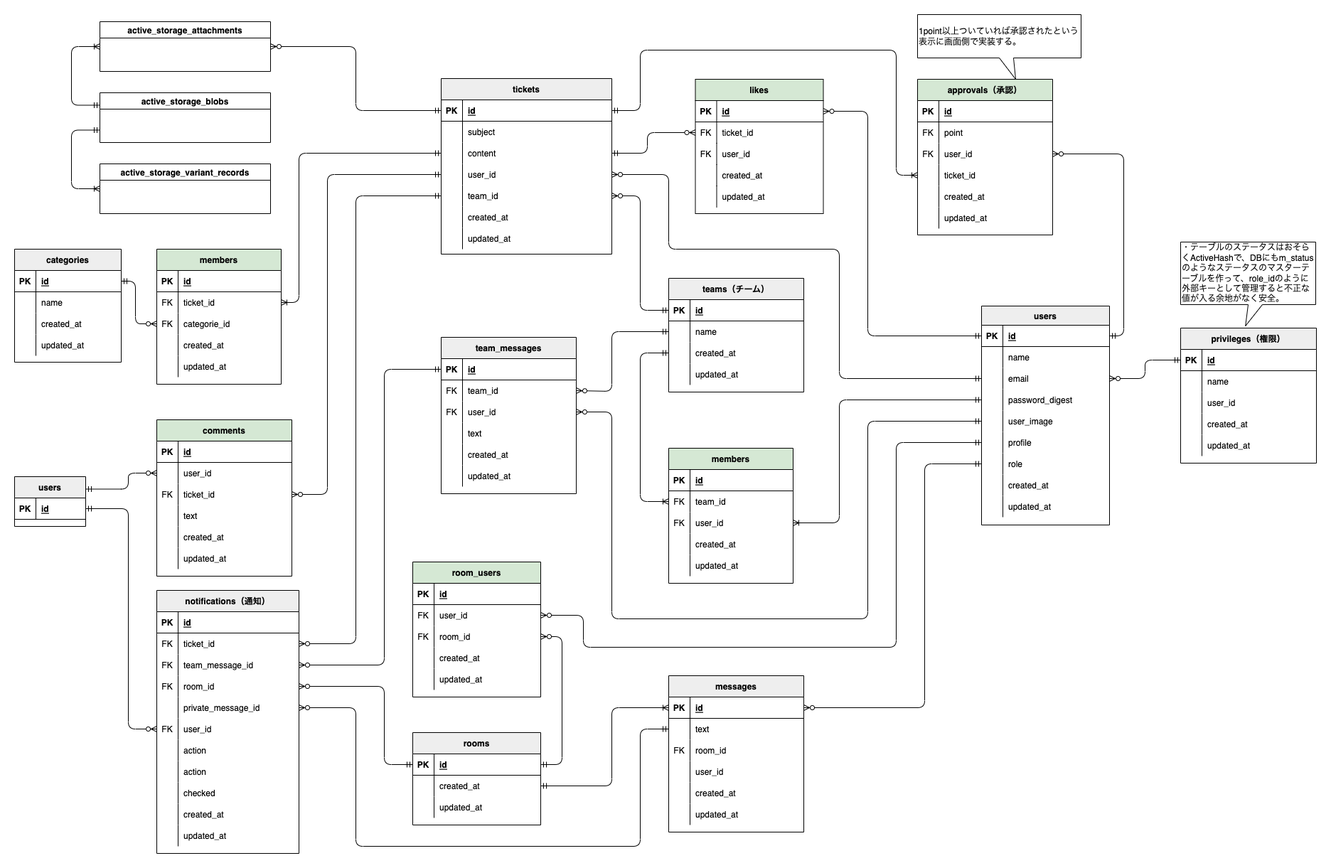
The draw.io diagram app/assets/images/ER図.png in aki366/caian-app, before a commit. Source tidied: cells renumbered, new cells last; positions are measured from the earlier drawing's top-left corner, leaving out a move shared by most shapes.
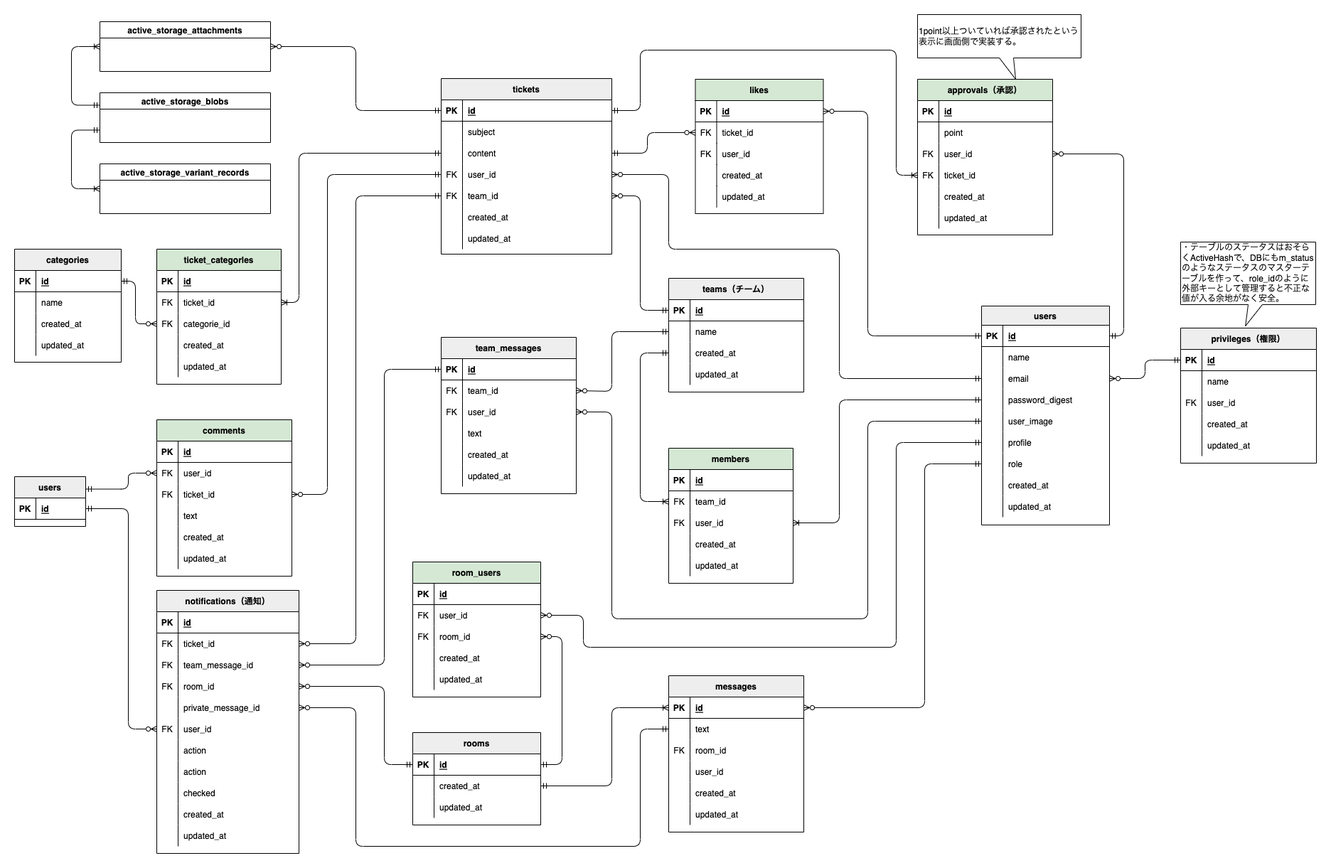
The same diagram one commit later.

Commit message:
0814_categorle_ER図修正 #75

The edit, as a diff of the source:
```diff
@@ -455,7 +455,7 @@
     <mxCell id="140" style="shape=partialRectangle;fillColor=none;top=0;left=0;bottom=0;right=0;points=[[0,0.5],[1,0.5]];portConstraint=eastwest;strokeColor=#000000;fontColor=#000000;" parent="130" vertex="1">
       <mxGeometry y="120" width="240" height="30" as="geometry" />
     </mxCell>
-    <mxCell id="141" style="shape=partialRectangle;fillColor=none;top=0;left=0;bottom=0;right=0;overflow=hidden;strokeColor=#000000;fontColor=#000000;" parent="140" vertex="1">
+    <mxCell id="141" value="FK" style="shape=partialRectangle;fillColor=none;top=0;left=0;bottom=0;right=0;overflow=hidden;strokeColor=#000000;fontColor=#000000;" parent="140" vertex="1">
       <mxGeometry width="30" height="30" as="geometry" />
     </mxCell>
     <mxCell id="142" value="user_id" style="shape=partialRectangle;fillColor=none;top=0;left=0;bottom=0;right=0;align=left;spacingLeft=6;overflow=hidden;strokeColor=#000000;fontColor=#000000;" parent="140" vertex="1">
@@ -464,7 +464,7 @@
     <mxCell id="143" style="shape=partialRectangle;fillColor=none;top=0;left=0;bottom=0;right=0;points=[[0,0.5],[1,0.5]];portConstraint=eastwest;strokeColor=#000000;fontColor=#000000;" parent="130" vertex="1">
       <mxGeometry y="150" width="240" height="30" as="geometry" />
     </mxCell>
-    <mxCell id="144" style="shape=partialRectangle;fillColor=none;top=0;left=0;bottom=0;right=0;overflow=hidden;strokeColor=#000000;fontColor=#000000;" parent="143" vertex="1">
+    <mxCell id="144" value="FK" style="shape=partialRectangle;fillColor=none;top=0;left=0;bottom=0;right=0;overflow=hidden;strokeColor=#000000;fontColor=#000000;" parent="143" vertex="1">
       <mxGeometry width="30" height="30" as="geometry" />
     </mxCell>
     <mxCell id="145" value="team_id" style="shape=partialRectangle;fillColor=none;top=0;left=0;bottom=0;right=0;align=left;spacingLeft=6;overflow=hidden;strokeColor=#000000;fontColor=#000000;" parent="143" vertex="1">
@@ -503,7 +503,7 @@
     <mxCell id="156" style="shape=partialRectangle;fillColor=none;top=0;left=0;bottom=0;right=0;fontColor=#000000;strokeColor=#000000;" parent="152" vertex="1">
       <mxGeometry y="60" width="190" height="30" as="geometry" />
     </mxCell>
-    <mxCell id="157" value="FK" style="shape=partialRectangle;fillColor=none;top=0;left=0;bottom=0;right=0;overflow=hidden;fontColor=#000000;strokeColor=#000000;" parent="156" vertex="1">
+    <mxCell id="157" style="shape=partialRectangle;fillColor=none;top=0;left=0;bottom=0;right=0;overflow=hidden;fontColor=#000000;strokeColor=#000000;" parent="156" vertex="1">
       <mxGeometry width="30" height="30" as="geometry" />
     </mxCell>
     <mxCell id="158" value="point" style="shape=partialRectangle;fillColor=none;top=0;left=0;bottom=0;right=0;align=left;spacingLeft=6;overflow=hidden;fontColor=#000000;strokeColor=#000000;" parent="156" vertex="1">
@@ -521,7 +521,7 @@
     <mxCell id="162" style="shape=partialRectangle;fillColor=none;top=0;left=0;bottom=0;right=0;points=[[0,0.5],[1,0.5]];portConstraint=eastwest;fontColor=#000000;strokeColor=#000000;" parent="152" vertex="1">
       <mxGeometry y="120" width="190" height="30" as="geometry" />
     </mxCell>
-    <mxCell id="163" style="shape=partialRectangle;fillColor=none;top=0;left=0;bottom=0;right=0;overflow=hidden;fontColor=#000000;strokeColor=#000000;" parent="162" vertex="1">
+    <mxCell id="163" value="FK" style="shape=partialRectangle;fillColor=none;top=0;left=0;bottom=0;right=0;overflow=hidden;fontColor=#000000;strokeColor=#000000;" parent="162" vertex="1">
       <mxGeometry width="30" height="30" as="geometry" />
     </mxCell>
     <mxCell id="164" value="ticket_id" style="shape=partialRectangle;fillColor=none;top=0;left=0;bottom=0;right=0;align=left;spacingLeft=6;overflow=hidden;fontColor=#000000;strokeColor=#000000;" parent="162" vertex="1">
@@ -762,7 +762,7 @@
     <mxCell id="226" style="shape=partialRectangle;fillColor=none;top=0;left=0;bottom=0;right=0;points=[[0,0.5],[1,0.5]];portConstraint=eastwest;fontColor=#000000;strokeColor=#000000;" parent="222" vertex="1">
       <mxGeometry y="60" width="190" height="30" as="geometry" />
     </mxCell>
-    <mxCell id="227" style="shape=partialRectangle;fillColor=none;top=0;left=0;bottom=0;right=0;overflow=hidden;fontColor=#000000;strokeColor=#000000;" parent="226" vertex="1">
+    <mxCell id="227" value="FK" style="shape=partialRectangle;fillColor=none;top=0;left=0;bottom=0;right=0;overflow=hidden;fontColor=#000000;strokeColor=#000000;" parent="226" vertex="1">
       <mxGeometry width="30" height="30" as="geometry" />
     </mxCell>
     <mxCell id="228" value="user_id" style="shape=partialRectangle;fillColor=none;top=0;left=0;bottom=0;right=0;align=left;spacingLeft=6;overflow=hidden;fontColor=#000000;strokeColor=#000000;" parent="226" vertex="1">
@@ -869,7 +869,7 @@
     <mxCell id="256" style="shape=partialRectangle;fillColor=none;top=0;left=0;bottom=0;right=0;fontColor=#000000;strokeColor=#000000;" parent="249" vertex="1">
       <mxGeometry y="90" width="191" height="30" as="geometry" />
     </mxCell>
-    <mxCell id="257" style="shape=partialRectangle;fillColor=none;top=0;left=0;bottom=0;right=0;overflow=hidden;fontColor=#000000;strokeColor=#000000;" parent="256" vertex="1">
+    <mxCell id="257" value="FK" style="shape=partialRectangle;fillColor=none;top=0;left=0;bottom=0;right=0;overflow=hidden;fontColor=#000000;strokeColor=#000000;" parent="256" vertex="1">
       <mxGeometry width="30" height="30" as="geometry" />
     </mxCell>
     <mxCell id="258" value="user_id" style="shape=partialRectangle;fillColor=none;top=0;left=0;bottom=0;right=0;align=left;spacingLeft=6;overflow=hidden;fontColor=#000000;strokeColor=#000000;" parent="256" vertex="1">
@@ -1038,7 +1038,7 @@
         </Array>
       </mxGeometry>
     </mxCell>
-    <mxCell id="297" value="members" style="shape=table;startSize=30;rowLines=0;fontStyle=1;align=center;fillColor=#d5e8d4;strokeColor=#000000;fontColor=#000000;" parent="1" vertex="1">
+    <mxCell id="297" value="ticket_categorles" style="shape=table;startSize=30;rowLines=0;fontStyle=1;align=center;fillColor=#d5e8d4;strokeColor=#000000;fontColor=#000000;" parent="1" vertex="1">
       <mxGeometry x="200" y="330" width="175" height="190" as="geometry" />
     </mxCell>
     <mxCell id="298" style="shape=partialRectangle;fillColor=none;top=0;left=0;bottom=1;right=0;strokeColor=#000000;fontColor=#000000;" parent="297" vertex="1">
```
